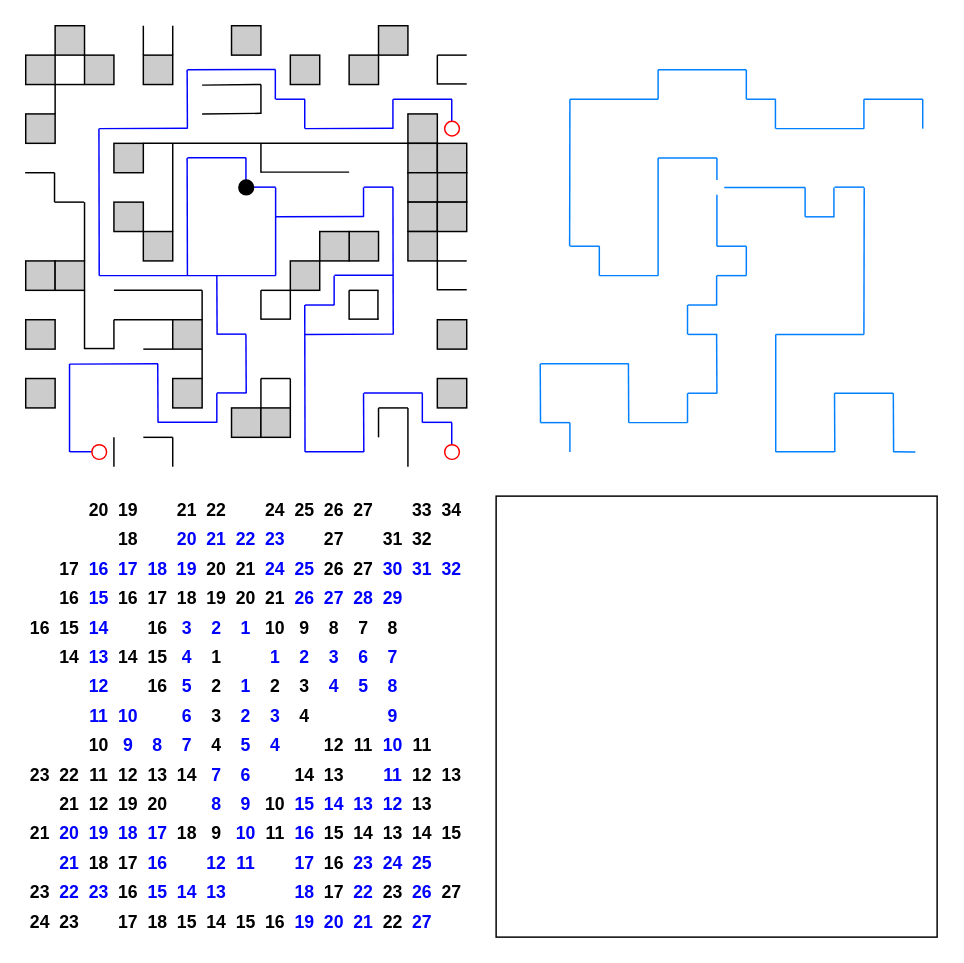
Villfuk02/Project-Nitrogen keeps this draw.io diagram as Thesis/diagrams/Paths.drawio. Above is the earlier version. Source tidied: cells renumbered, new cells numbered last; positions are measured from the earlier drawing's top-left corner, leaving out a move shared by most shapes. Both pictures are drawn from the tidied source at 147%, with x=0, y=0 at pixel (25, 25).
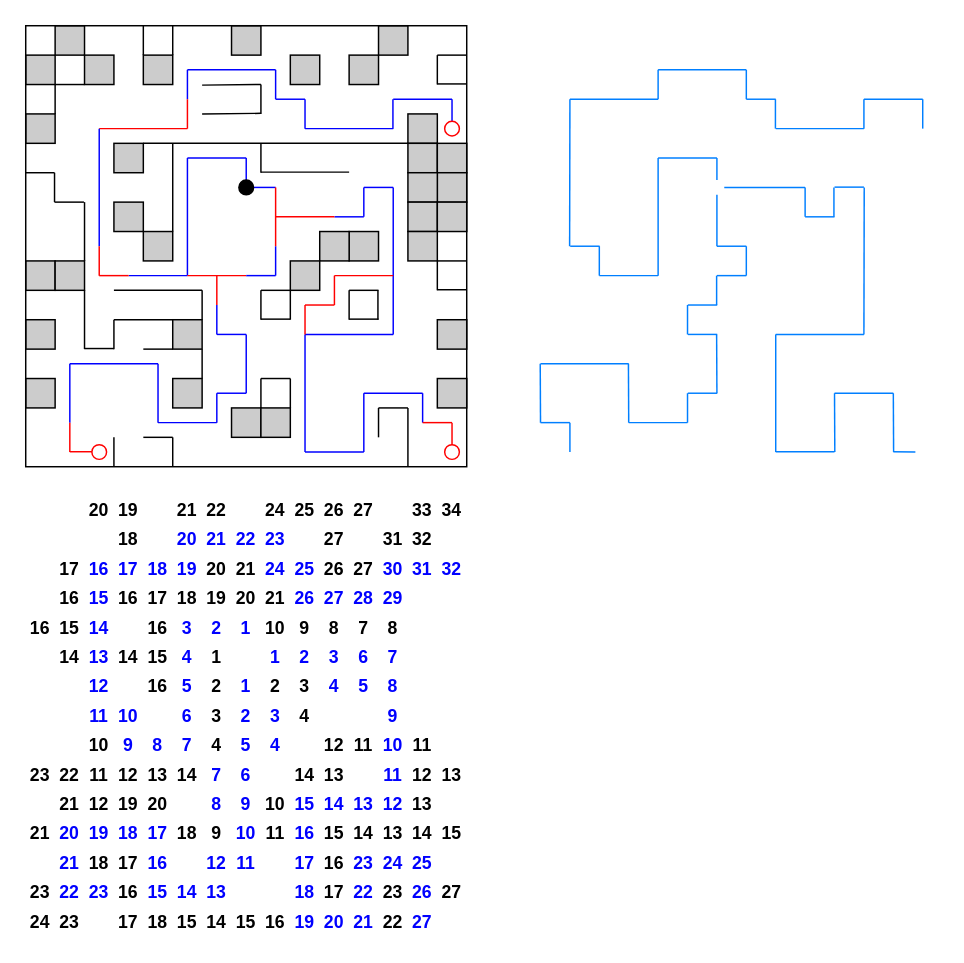
After the change.

Change to the diagram source:
```diff
@@
-    <mxCell id="51" style="whiteSpace=wrap;html=1;fillColor=none;strokeColor=#000000;" parent="1" vertex="1">
-      <mxGeometry x="320" y="320" width="300" height="300" as="geometry" />
-    </mxCell>
@@
     <mxCell id="305" style="endArrow=none;html=1;rounded=0;strokeColor=#0000FF;" parent="1" edge="1">
       <mxGeometry relative="1" as="geometry">
-        <mxPoint x="289.8" y="50" as="sourcePoint" />
-        <mxPoint x="289.8" y="70" as="targetPoint" />
+        <mxPoint x="290" y="50" as="sourcePoint" />
+        <mxPoint x="290" y="70" as="targetPoint" />
       </mxGeometry>
     </mxCell>
-    <mxCell id="306" style="endArrow=none;html=1;rounded=0;strokeColor=#0000FF;" parent="1" edge="1">
+    <mxCell id="306" style="endArrow=none;html=1;rounded=0;strokeColor=#FF0000;" parent="1" edge="1">
       <mxGeometry relative="1" as="geometry">
-        <mxPoint x="289.8" y="270" as="sourcePoint" />
-        <mxPoint x="289.8" y="290" as="targetPoint" />
+        <mxPoint x="290" y="270" as="sourcePoint" />
+        <mxPoint x="290" y="290" as="targetPoint" />
       </mxGeometry>
     </mxCell>
     <mxCell id="307" style="endArrow=none;html=1;rounded=0;strokeColor=#0000FF;" parent="1" edge="1">
       <mxGeometry relative="1" as="geometry">
-        <mxPoint x="269.8" y="250" as="sourcePoint" />
-        <mxPoint x="269.8" y="270" as="targetPoint" />
+        <mxPoint x="270" y="250" as="sourcePoint" />
+        <mxPoint x="270" y="270" as="targetPoint" />
       </mxGeometry>
     </mxCell>
-    <mxCell id="308" style="endArrow=none;html=1;rounded=0;strokeColor=#0000FF;" parent="1" edge="1">
+    <mxCell id="308" style="endArrow=none;html=1;rounded=0;strokeColor=#FF0000;" parent="1" edge="1">
       <mxGeometry relative="1" as="geometry">
-        <mxPoint x="290" y="269.8" as="sourcePoint" />
-        <mxPoint x="270" y="269.8" as="targetPoint" />
+        <mxPoint x="290" y="270" as="sourcePoint" />
+        <mxPoint x="270" y="270" as="targetPoint" />
       </mxGeometry>
     </mxCell>
@@
     <mxCell id="311" style="endArrow=none;html=1;rounded=0;strokeColor=#0000FF;" parent="1" edge="1">
       <mxGeometry relative="1" as="geometry">
-        <mxPoint x="250" y="69.8" as="sourcePoint" />
+        <mxPoint x="250" y="70" as="sourcePoint" />
         <mxPoint x="190" y="70" as="targetPoint" />
       </mxGeometry>
     </mxCell>
     <mxCell id="312" style="endArrow=none;html=1;rounded=0;strokeColor=#0000FF;" parent="1" edge="1">
       <mxGeometry relative="1" as="geometry">
-        <mxPoint x="189.8" y="50" as="sourcePoint" />
-        <mxPoint x="189.8" y="70" as="targetPoint" />
+        <mxPoint x="190" y="50" as="sourcePoint" />
+        <mxPoint x="190" y="70" as="targetPoint" />
       </mxGeometry>
     </mxCell>
@@
     <mxCell id="314" style="endArrow=none;html=1;rounded=0;strokeColor=#0000FF;" parent="1" edge="1">
       <mxGeometry relative="1" as="geometry">
-        <mxPoint x="169.8" y="30" as="sourcePoint" />
-        <mxPoint x="169.8" y="50" as="targetPoint" />
+        <mxPoint x="170" y="30" as="sourcePoint" />
+        <mxPoint x="170" y="50" as="targetPoint" />
       </mxGeometry>
     </mxCell>
     <mxCell id="315" style="endArrow=none;html=1;rounded=0;strokeColor=#0000FF;" parent="1" edge="1">
       <mxGeometry relative="1" as="geometry">
-        <mxPoint x="170" y="29.8" as="sourcePoint" />
+        <mxPoint x="170" y="30" as="sourcePoint" />
         <mxPoint x="110" y="30" as="targetPoint" />
       </mxGeometry>
     </mxCell>
     <mxCell id="316" style="endArrow=none;html=1;rounded=0;strokeColor=#0000FF;" parent="1" edge="1">
       <mxGeometry relative="1" as="geometry">
-        <mxPoint x="109.8" y="30" as="sourcePoint" />
-        <mxPoint x="110" y="70" as="targetPoint" />
+        <mxPoint x="110" y="30" as="sourcePoint" />
+        <mxPoint x="110" y="50" as="targetPoint" />
       </mxGeometry>
     </mxCell>
-    <mxCell id="317" style="endArrow=none;html=1;rounded=0;strokeColor=#0000FF;" parent="1" edge="1">
+    <mxCell id="317" style="endArrow=none;html=1;rounded=0;strokeColor=#FF0000;" parent="1" edge="1">
       <mxGeometry relative="1" as="geometry">
-        <mxPoint x="110" y="69.8" as="sourcePoint" />
+        <mxPoint x="110" y="70" as="sourcePoint" />
         <mxPoint x="50" y="70" as="targetPoint" />
       </mxGeometry>
     </mxCell>
     <mxCell id="318" style="endArrow=none;html=1;rounded=0;strokeColor=#0000FF;" parent="1" edge="1">
       <mxGeometry relative="1" as="geometry">
-        <mxPoint x="49.8" y="70" as="sourcePoint" />
-        <mxPoint x="50" y="170" as="targetPoint" />
+        <mxPoint x="50" y="70" as="sourcePoint" />
+        <mxPoint x="50" y="150" as="targetPoint" />
       </mxGeometry>
     </mxCell>
     <mxCell id="319" style="endArrow=none;html=1;rounded=0;strokeColor=#0000FF;" parent="1" edge="1">
       <mxGeometry relative="1" as="geometry">
-        <mxPoint x="170" y="170" as="sourcePoint" />
-        <mxPoint x="50" y="170" as="targetPoint" />
+        <mxPoint x="110" y="170" as="sourcePoint" />
+        <mxPoint x="70" y="170" as="targetPoint" />
       </mxGeometry>
     </mxCell>
     <mxCell id="320" style="endArrow=none;html=1;rounded=0;strokeColor=#0000FF;" parent="1" edge="1">
       <mxGeometry relative="1" as="geometry">
-        <mxPoint x="170" y="110" as="sourcePoint" />
+        <mxPoint x="170" y="150" as="sourcePoint" />
         <mxPoint x="170" y="170" as="targetPoint" />
       </mxGeometry>
     </mxCell>
     <mxCell id="321" style="endArrow=none;html=1;rounded=0;strokeColor=#0000FF;" parent="1" edge="1">
       <mxGeometry relative="1" as="geometry">
-        <mxPoint x="170" y="109.8" as="sourcePoint" />
-        <mxPoint x="150" y="109.8" as="targetPoint" />
+        <mxPoint x="170" y="110" as="sourcePoint" />
+        <mxPoint x="150" y="110" as="targetPoint" />
       </mxGeometry>
     </mxCell>
     <mxCell id="322" style="endArrow=none;html=1;rounded=0;strokeColor=#0000FF;" parent="1" edge="1">
       <mxGeometry relative="1" as="geometry">
-        <mxPoint x="149.8" y="90" as="sourcePoint" />
-        <mxPoint x="149.8" y="110" as="targetPoint" />
+        <mxPoint x="150" y="90" as="sourcePoint" />
+        <mxPoint x="150" y="110" as="targetPoint" />
       </mxGeometry>
     </mxCell>
     <mxCell id="323" style="endArrow=none;html=1;rounded=0;strokeColor=#0000FF;" parent="1" edge="1">
       <mxGeometry relative="1" as="geometry">
-        <mxPoint x="150" y="89.8" as="sourcePoint" />
-        <mxPoint x="110" y="89.8" as="targetPoint" />
+        <mxPoint x="150" y="90" as="sourcePoint" />
+        <mxPoint x="110" y="90" as="targetPoint" />
       </mxGeometry>
     </mxCell>
     <mxCell id="324" style="endArrow=none;html=1;rounded=0;strokeColor=#0000FF;" parent="1" edge="1">
       <mxGeometry relative="1" as="geometry">
-        <mxPoint x="109.8" y="90" as="sourcePoint" />
+        <mxPoint x="110" y="90" as="sourcePoint" />
         <mxPoint x="110" y="170" as="targetPoint" />
       </mxGeometry>
     </mxCell>
     <mxCell id="325" style="endArrow=none;html=1;rounded=0;strokeColor=#0000FF;" parent="1" edge="1">
       <mxGeometry relative="1" as="geometry">
-        <mxPoint x="130" y="170" as="sourcePoint" />
-        <mxPoint x="130.2" y="210" as="targetPoint" />
+        <mxPoint x="130" y="190" as="sourcePoint" />
+        <mxPoint x="130" y="210" as="targetPoint" />
       </mxGeometry>
     </mxCell>
     <mxCell id="326" style="endArrow=none;html=1;rounded=0;strokeColor=#0000FF;" parent="1" edge="1">
       <mxGeometry relative="1" as="geometry">
-        <mxPoint x="149.8" y="210" as="sourcePoint" />
+        <mxPoint x="150" y="210" as="sourcePoint" />
         <mxPoint x="150" y="250" as="targetPoint" />
       </mxGeometry>
     </mxCell>
     <mxCell id="327" style="endArrow=none;html=1;rounded=0;strokeColor=#0000FF;" parent="1" edge="1">
       <mxGeometry relative="1" as="geometry">
-        <mxPoint x="150" y="209.8" as="sourcePoint" />
-        <mxPoint x="130" y="209.8" as="targetPoint" />
+        <mxPoint x="150" y="210" as="sourcePoint" />
+        <mxPoint x="130" y="210" as="targetPoint" />
       </mxGeometry>
     </mxCell>
     <mxCell id="328" style="endArrow=none;html=1;rounded=0;strokeColor=#0000FF;" parent="1" edge="1">
       <mxGeometry relative="1" as="geometry">
-        <mxPoint x="150" y="249.8" as="sourcePoint" />
-        <mxPoint x="130" y="249.8" as="targetPoint" />
+        <mxPoint x="150" y="250" as="sourcePoint" />
+        <mxPoint x="130" y="250" as="targetPoint" />
       </mxGeometry>
     </mxCell>
@@
     <mxCell id="330" style="endArrow=none;html=1;rounded=0;strokeColor=#0000FF;" parent="1" edge="1">
       <mxGeometry relative="1" as="geometry">
-        <mxPoint x="130" y="269.8" as="sourcePoint" />
-        <mxPoint x="90" y="269.8" as="targetPoint" />
+        <mxPoint x="130" y="270" as="sourcePoint" />
+        <mxPoint x="90" y="270" as="targetPoint" />
       </mxGeometry>
     </mxCell>
     <mxCell id="331" style="endArrow=none;html=1;rounded=0;strokeColor=#0000FF;" parent="1" edge="1">
       <mxGeometry relative="1" as="geometry">
-        <mxPoint x="89.8" y="230" as="sourcePoint" />
+        <mxPoint x="90" y="230" as="sourcePoint" />
         <mxPoint x="90" y="270" as="targetPoint" />
       </mxGeometry>
     </mxCell>
     <mxCell id="332" style="endArrow=none;html=1;rounded=0;strokeColor=#0000FF;" parent="1" edge="1">
       <mxGeometry relative="1" as="geometry">
         <mxPoint x="90" y="230" as="sourcePoint" />
-        <mxPoint x="30" y="230.2" as="targetPoint" />
+        <mxPoint x="30" y="230" as="targetPoint" />
       </mxGeometry>
     </mxCell>
     <mxCell id="333" style="endArrow=none;html=1;rounded=0;strokeColor=#0000FF;" parent="1" edge="1">
       <mxGeometry relative="1" as="geometry">
-        <mxPoint x="29.8" y="230" as="sourcePoint" />
-        <mxPoint x="29.8" y="290" as="targetPoint" />
+        <mxPoint x="30" y="230" as="sourcePoint" />
+        <mxPoint x="30" y="270" as="targetPoint" />
       </mxGeometry>
     </mxCell>
-    <mxCell id="334" style="endArrow=none;html=1;rounded=0;strokeColor=#0000FF;" parent="1" edge="1">
+    <mxCell id="334" style="endArrow=none;html=1;rounded=0;strokeColor=#FF0000;" parent="1" edge="1">
       <mxGeometry relative="1" as="geometry">
         <mxPoint x="50" y="289.8" as="sourcePoint" />
         <mxPoint x="30" y="289.8" as="targetPoint" />
       </mxGeometry>
     </mxCell>
     <mxCell id="335" style="endArrow=none;html=1;rounded=0;strokeColor=#0000FF;" parent="1" edge="1">
       <mxGeometry relative="1" as="geometry">
-        <mxPoint x="230" y="129.8" as="sourcePoint" />
-        <mxPoint x="170" y="130" as="targetPoint" />
+        <mxPoint x="230" y="130" as="sourcePoint" />
+        <mxPoint x="210" y="130" as="targetPoint" />
       </mxGeometry>
     </mxCell>
     <mxCell id="336" style="endArrow=none;html=1;rounded=0;strokeColor=#0000FF;" parent="1" edge="1">
       <mxGeometry relative="1" as="geometry">
-        <mxPoint x="229.8" y="110" as="sourcePoint" />
-        <mxPoint x="229.8" y="130" as="targetPoint" />
+        <mxPoint x="230" y="110" as="sourcePoint" />
+        <mxPoint x="230" y="130" as="targetPoint" />
       </mxGeometry>
     </mxCell>
     <mxCell id="337" style="endArrow=none;html=1;rounded=0;strokeColor=#0000FF;" parent="1" edge="1">
       <mxGeometry relative="1" as="geometry">
-        <mxPoint x="250" y="109.8" as="sourcePoint" />
-        <mxPoint x="230" y="109.8" as="targetPoint" />
+        <mxPoint x="250" y="110" as="sourcePoint" />
+        <mxPoint x="230" y="110" as="targetPoint" />
       </mxGeometry>
     </mxCell>
     <mxCell id="338" style="endArrow=none;html=1;rounded=0;strokeColor=#0000FF;" parent="1" edge="1">
       <mxGeometry relative="1" as="geometry">
-        <mxPoint x="249.8" y="110" as="sourcePoint" />
+        <mxPoint x="250" y="110" as="sourcePoint" />
         <mxPoint x="250" y="210" as="targetPoint" />
       </mxGeometry>
     </mxCell>
-    <mxCell id="339" style="endArrow=none;html=1;rounded=0;strokeColor=#0000FF;" parent="1" edge="1">
+    <mxCell id="339" style="endArrow=none;html=1;rounded=0;strokeColor=#FF0000;" parent="1" edge="1">
       <mxGeometry relative="1" as="geometry">
-        <mxPoint x="250" y="169.8" as="sourcePoint" />
-        <mxPoint x="210" y="169.8" as="targetPoint" />
+        <mxPoint x="250" y="170" as="sourcePoint" />
+        <mxPoint x="210" y="170" as="targetPoint" />
       </mxGeometry>
     </mxCell>
-    <mxCell id="340" style="endArrow=none;html=1;rounded=0;strokeColor=#0000FF;" parent="1" edge="1">
+    <mxCell id="340" style="endArrow=none;html=1;rounded=0;strokeColor=#FF0000;" parent="1" edge="1">
       <mxGeometry relative="1" as="geometry">
-        <mxPoint x="209.8" y="170" as="sourcePoint" />
-        <mxPoint x="209.8" y="190" as="targetPoint" />
+        <mxPoint x="210" y="170" as="sourcePoint" />
+        <mxPoint x="210" y="190" as="targetPoint" />
       </mxGeometry>
     </mxCell>
-    <mxCell id="341" style="endArrow=none;html=1;rounded=0;strokeColor=#0000FF;" parent="1" edge="1">
+    <mxCell id="341" style="endArrow=none;html=1;rounded=0;strokeColor=#FF0000;" parent="1" edge="1">
       <mxGeometry relative="1" as="geometry">
         <mxPoint x="210" y="190" as="sourcePoint" />
         <mxPoint x="190" y="190" as="targetPoint" />
       </mxGeometry>
     </mxCell>
     <mxCell id="342" style="endArrow=none;html=1;rounded=0;strokeColor=#0000FF;" parent="1" edge="1">
       <mxGeometry relative="1" as="geometry">
-        <mxPoint x="189.8" y="190" as="sourcePoint" />
+        <mxPoint x="190" y="210" as="sourcePoint" />
         <mxPoint x="190" y="290" as="targetPoint" />
       </mxGeometry>
     </mxCell>
     <mxCell id="343" style="endArrow=none;html=1;rounded=0;strokeColor=#0000FF;" parent="1" edge="1">
       <mxGeometry relative="1" as="geometry">
-        <mxPoint x="250" y="209.8" as="sourcePoint" />
+        <mxPoint x="250" y="210" as="sourcePoint" />
         <mxPoint x="190" y="210" as="targetPoint" />
       </mxGeometry>
     </mxCell>
     <mxCell id="344" style="endArrow=none;html=1;rounded=0;strokeColor=#0000FF;" parent="1" edge="1">
       <mxGeometry relative="1" as="geometry">
-        <mxPoint x="230" y="289.8" as="sourcePoint" />
-        <mxPoint x="190" y="289.8" as="targetPoint" />
+        <mxPoint x="230" y="290" as="sourcePoint" />
+        <mxPoint x="190" y="290" as="targetPoint" />
       </mxGeometry>
     </mxCell>
     <mxCell id="345" style="endArrow=none;html=1;rounded=0;strokeColor=#0000FF;" parent="1" edge="1">
       <mxGeometry relative="1" as="geometry">
-        <mxPoint x="229.8" y="250" as="sourcePoint" />
+        <mxPoint x="230" y="250" as="sourcePoint" />
         <mxPoint x="230" y="290" as="targetPoint" />
       </mxGeometry>
     </mxCell>
     <mxCell id="346" style="endArrow=none;html=1;rounded=0;strokeColor=#0000FF;" parent="1" edge="1">
       <mxGeometry relative="1" as="geometry">
-        <mxPoint x="270" y="249.8" as="sourcePoint" />
-        <mxPoint x="230" y="249.8" as="targetPoint" />
+        <mxPoint x="270" y="250" as="sourcePoint" />
+        <mxPoint x="230" y="250" as="targetPoint" />
       </mxGeometry>
     </mxCell>
@@
+    <mxCell id="351" style="endArrow=none;html=1;rounded=0;strokeColor=#FF0000;" parent="1" edge="1">
+      <mxGeometry relative="1" as="geometry">
+        <mxPoint x="110" y="50" as="sourcePoint" />
+        <mxPoint x="110" y="70" as="targetPoint" />
+      </mxGeometry>
+    </mxCell>
+    <mxCell id="352" style="endArrow=none;html=1;rounded=0;strokeColor=#FF0000;" parent="1" edge="1">
+      <mxGeometry relative="1" as="geometry">
+        <mxPoint x="50" y="150" as="sourcePoint" />
+        <mxPoint x="50" y="170" as="targetPoint" />
+      </mxGeometry>
+    </mxCell>
+    <mxCell id="353" style="endArrow=none;html=1;rounded=0;strokeColor=#FF0000;" parent="1" edge="1">
+      <mxGeometry relative="1" as="geometry">
+        <mxPoint x="50" y="170" as="sourcePoint" />
+        <mxPoint x="70" y="170" as="targetPoint" />
+      </mxGeometry>
+    </mxCell>
+    <mxCell id="354" style="endArrow=none;html=1;rounded=0;strokeColor=#FF0000;" parent="1" edge="1">
+      <mxGeometry relative="1" as="geometry">
+        <mxPoint x="110" y="170" as="sourcePoint" />
+        <mxPoint x="150" y="170" as="targetPoint" />
+      </mxGeometry>
+    </mxCell>
+    <mxCell id="355" style="endArrow=none;html=1;rounded=0;strokeColor=#0000FF;" parent="1" edge="1">
+      <mxGeometry relative="1" as="geometry">
+        <mxPoint x="170" y="170" as="sourcePoint" />
+        <mxPoint x="150" y="170" as="targetPoint" />
+      </mxGeometry>
+    </mxCell>
+    <mxCell id="356" style="endArrow=none;html=1;rounded=0;strokeColor=#FF0000;" parent="1" edge="1">
+      <mxGeometry relative="1" as="geometry">
+        <mxPoint x="170" y="110" as="sourcePoint" />
+        <mxPoint x="170" y="150" as="targetPoint" />
+      </mxGeometry>
+    </mxCell>
+    <mxCell id="357" style="endArrow=none;html=1;rounded=0;strokeColor=#FF0000;" parent="1" edge="1">
+      <mxGeometry relative="1" as="geometry">
+        <mxPoint x="170" y="130" as="sourcePoint" />
+        <mxPoint x="210" y="130" as="targetPoint" />
+      </mxGeometry>
+    </mxCell>
+    <mxCell id="358" style="endArrow=none;html=1;rounded=0;strokeColor=#FF0000;" parent="1" edge="1">
+      <mxGeometry relative="1" as="geometry">
+        <mxPoint x="130" y="170" as="sourcePoint" />
+        <mxPoint x="130" y="190" as="targetPoint" />
+      </mxGeometry>
+    </mxCell>
+    <mxCell id="359" style="endArrow=none;html=1;rounded=0;strokeColor=#FF0000;" parent="1" edge="1">
+      <mxGeometry relative="1" as="geometry">
+        <mxPoint x="30" y="270" as="sourcePoint" />
+        <mxPoint x="30" y="290" as="targetPoint" />
+      </mxGeometry>
+    </mxCell>
+    <mxCell id="360" style="endArrow=none;html=1;rounded=0;strokeColor=#FF0000;" parent="1" edge="1">
+      <mxGeometry relative="1" as="geometry">
+        <mxPoint x="190" y="190" as="sourcePoint" />
+        <mxPoint x="190" y="210" as="targetPoint" />
+      </mxGeometry>
+    </mxCell>
+    <mxCell id="51" style="whiteSpace=wrap;html=1;fillColor=none;strokeColor=#000000;" parent="1" vertex="1">
+      <mxGeometry width="300" height="300" as="geometry" />
+    </mxCell>
```
